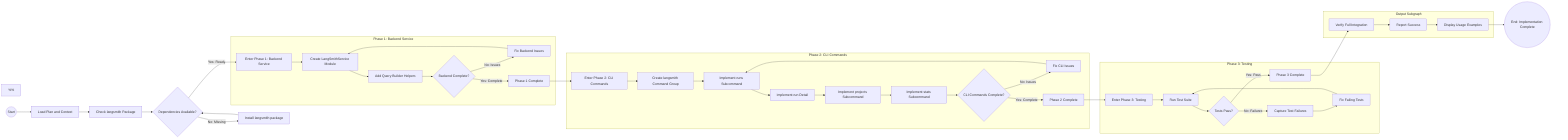
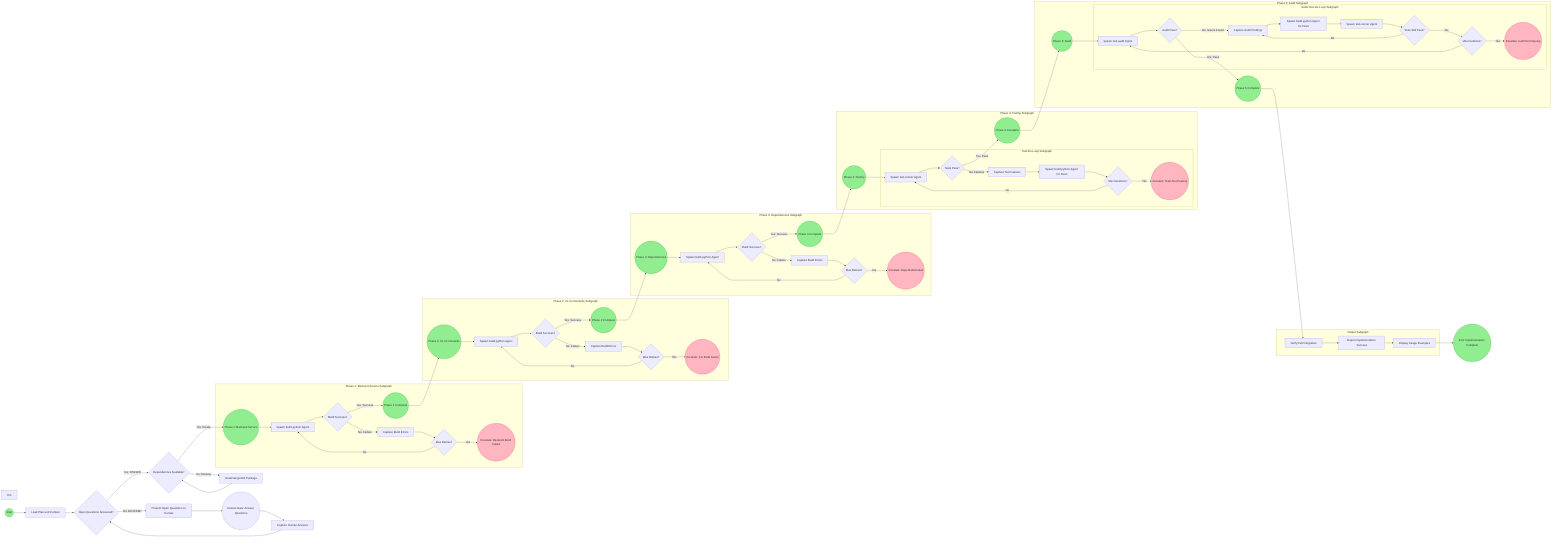
flowchart LR
    %% ========================================
    %% ORCHESTRATION: LangSmith API Wrapper
    %% ========================================
-     %% GOAL: Add LangSmith trace querying to AgenticCLI
+     %% GOAL: Add LangSmith trace querying capabilities to AgenticCLI
    %% PROFILE: Orchestration-Build
    %% PLAN_FOLDER: /home/code/AgenticEngineering-agenticlangsmith/docs/plans/live/260113_langsmith_api_wrapper/live
    %% PLAN_FILE: plan_live_build.yml
    %%
-     %% PHASES: Backend Service, CLI Commands, Testing
-     %% AGENT_ROUTING: Backend -> builder, CLI -> builder, Testing -> test-runner
-     %% STATUS: All phases pending
+     %% PHASES: Backend Service, CLI Commands, Dependencies, Testing, Audit
+     %% AGENT_ROUTING:
+     %%   - Backend Service -> build-python agent
+     %%   - CLI Commands -> build-python agent
+     %%   - Dependencies -> build-python agent
+     %%   - Testing -> test-runner agent (test-fix-loop)
+     %%   - Audit -> test-audit agent (audit-test-fix-loop)
+     %%
+     %% STATUS:
+     %%   - Phase 1: pending
+     %%   - Phase 2: pending
+     %%   - Phase 3: pending
+     %%   - Phase 4: pending
+     %%   - Phase 5: pending
    %%
    %% FEEDBACK_TRIGGERS:
-     %% - BUILD_FAILURE -> RetryBuild (max 3 retries)
-     %% - TEST_FAILURE -> FixAndRetest
+     %%   - BUILD_FAILURE -> RetryBuild (max 3 retries)
+     %%   - TEST_FAILURE -> FixAndRetest (test-fix-loop)
+     %%   - AUDIT_FAILURE -> FixAndReaudit (audit-test-fix-loop)
    %%
-     %% LOOP_DEFINITION: modules/AgenticGuidance/assets/definitions/agent-loops.yml#loop_types.test-fix-loop
+     %% LOOP_DEFINITIONS:
+     %%   - modules/AgenticGuidance/assets/definitions/agent-loops.yml#loop_types.test-fix-loop
+     %%   - modules/AgenticGuidance/assets/definitions/agent-loops.yml#loop_types.audit-test-fix-loop
    %% MAX_ITERATIONS: 5
    %% ESCALATION: If max iterations reached without success, stop and Ask User
    %%
    %% CONTEXT:
    %% Wrap LangSmith Python SDK in agentic-cli commands for agent trace introspection.
+     %% Implementation follows Domain -> Entrypoint architecture (service layer -> CLI commands).

    Start((Start)) --> LoadInputs[Load Plan and Context]

    %% ========================================
    %% INPUT VALIDATION PHASE
    %% ========================================
-     LoadInputs --> ValidateDeps[Check langsmith Package]
-     ValidateDeps --> DepsOK{Dependencies Available?}
-     DepsOK -- "No: Missing" --> InstallDeps[Install langsmith package]
-     InstallDeps --> DepsOK
-     DepsOK -- "Yes: Ready" --> Phase1[Enter Phase 1: Backend Service]
+     LoadInputs --> CheckOpenQuestions{Open Questions Answered?}
+     CheckOpenQuestions -- "No: BLOCKED" --> PresentQuestions[Present Open Questions to Human]
+     PresentQuestions --> AwaitAnswers((Human Gate: Answer Questions))
+     AwaitAnswers --> CaptureAnswers[Capture Human Answers]
+     CaptureAnswers --> CheckOpenQuestions
+     CheckOpenQuestions -- "Yes: PASSED" --> ValidateDeps{Dependencies Available?}
+     ValidateDeps -- "No: Missing" --> InstallDeps[Install langsmith Package]
+     InstallDeps --> ValidateDeps
+     ValidateDeps -- "Yes: Ready" --> Phase1Start((Phase 1: Backend Service))

    %% ========================================
    %% PHASE 1: BACKEND SERVICE
    %% ========================================
-     subgraph Phase1_SG ["Phase 1: Backend Service"]
-         Phase1 --> CreateService[Create LangSmithService Module]
-         CreateService --> AddQueryBuilders[Add Query Builder Helpers]
-         AddQueryBuilders --> BackendResult{Backend Complete?}
-         BackendResult -- "No: Issues" --> FixBackend[Fix Backend Issues]
-         FixBackend --> CreateService
-         BackendResult -- "Yes: Complete" --> Phase1Done[Phase 1 Complete]
+     %% Build service module: LangSmithService class and query builders
+     subgraph Phase1_SG ["Phase 1: Backend Service Subgraph"]
+         Phase1Start --> SpawnBuilderBackend[Spawn build-python Agent]
+         SpawnBuilderBackend --> BackendResult{Build Success?}
+         BackendResult -- "No: Failure" --> CaptureBackendError[Capture Build Errors]
+         CaptureBackendError --> RetryBackend{Max Retries?}
+         RetryBackend -- "No" --> SpawnBuilderBackend
+         RetryBackend -- "Yes" --> EscalateBackend((Escalate: Backend Build Failed))
+         BackendResult -- "Yes: Success" --> Phase1Complete((Phase 1 Complete))
    end

    %% ========================================
    %% PHASE 2: CLI COMMANDS
    %% ========================================
-     Phase1Done --> Phase2[Enter Phase 2: CLI Commands]
+     %% Build CLI command group and subcommands
+     Phase1Complete --> Phase2Start((Phase 2: CLI Commands))

-     subgraph Phase2_SG ["Phase 2: CLI Commands"]
-         Phase2 --> CreateCmdGroup[Create langsmith Command Group]
-         CreateCmdGroup --> ImplRuns[Implement runs Subcommand]
-         ImplRuns --> ImplRunDetail[Implement run Detail]
-         ImplRunDetail --> ImplProjects[Implement projects Subcommand]
-         ImplProjects --> ImplStats[Implement stats Subcommand]
-         ImplStats --> CLIResult{CLI Commands Complete?}
-         CLIResult -- "No: Issues" --> FixCLI[Fix CLI Issues]
-         FixCLI --> ImplRuns
-         CLIResult -- "Yes: Complete" --> Phase2Done[Phase 2 Complete]
+     subgraph Phase2_SG ["Phase 2: CLI Commands Subgraph"]
+         Phase2Start --> SpawnBuilderCLI[Spawn build-python Agent]
+         SpawnBuilderCLI --> CLIResult{Build Success?}
+         CLIResult -- "No: Failure" --> CaptureCLIError[Capture Build Errors]
+         CaptureCLIError --> RetryCLI{Max Retries?}
+         RetryCLI -- "No" --> SpawnBuilderCLI
+         RetryCLI -- "Yes" --> EscalateCLI((Escalate: CLI Build Failed))
+         CLIResult -- "Yes: Success" --> Phase2Complete((Phase 2 Complete))
    end

    %% ========================================
-     %% PHASE 3: TESTING
+     %% PHASE 3: DEPENDENCIES AND CONFIGURATION
    %% ========================================
-     Phase2Done --> Phase3[Enter Phase 3: Testing]
+     %% Add langsmith package to pyproject.toml
+     Phase2Complete --> Phase3Start((Phase 3: Dependencies))

-     subgraph Phase3_SG ["Phase 3: Testing"]
-         Phase3 --> SpawnTests[Run Test Suite]
-         SpawnTests --> TestResult{Tests Pass?}
-         TestResult -- "No: Failures" --> CaptureFails[Capture Test Failures]
-         CaptureFails --> FixTests[Fix Failing Tests]
-         FixTests --> SpawnTests
-         TestResult -- "Yes: Pass" --> Phase3Done[Phase 3 Complete]
+     subgraph Phase3_SG ["Phase 3: Dependencies Subgraph"]
+         Phase3Start --> SpawnBuilderDeps[Spawn build-python Agent]
+         SpawnBuilderDeps --> DepsResult{Build Success?}
+         DepsResult -- "No: Failure" --> CaptureDepsError[Capture Build Errors]
+         CaptureDepsError --> RetryDeps{Max Retries?}
+         RetryDeps -- "No" --> SpawnBuilderDeps
+         RetryDeps -- "Yes" --> EscalateDeps((Escalate: Deps Build Failed))
+         DepsResult -- "Yes: Success" --> Phase3Complete((Phase 3 Complete))
+     end
+ 
+     %% ========================================
+     %% PHASE 4: TESTING (test-fix-loop)
+     %% ========================================
+     %% LOOP_DEFINITION: modules/AgenticGuidance/assets/definitions/agent-loops.yml#loop_types.test-fix-loop
+     Phase3Complete --> Phase4Start((Phase 4: Testing))
+ 
+     subgraph Phase4_SG ["Phase 4: Testing Subgraph"]
+         Phase4Start --> SpawnTestRunner[Spawn test-runner Agent]
+ 
+         subgraph TestFixLoop_SG ["Test-Fix-Loop Subgraph"]
+             SpawnTestRunner --> TestResult{Tests Pass?}
+             TestResult -- "No: Failures" --> CaptureTestFailures[Capture Test Failures]
+             CaptureTestFailures --> SpawnBuilderFix[Spawn build-python Agent for Fixes]
+             SpawnBuilderFix --> CheckTestIterations{Max Iterations?}
+             CheckTestIterations -- "No" --> SpawnTestRunner
+             CheckTestIterations -- "Yes" --> EscalateTest((Escalate: Tests Not Passing))
+         end
+ 
+         TestResult -- "Yes: Pass" --> Phase4Complete((Phase 4 Complete))
+     end
+ 
+     %% ========================================
+     %% PHASE 5: AUDIT (audit-test-fix-loop) - MANDATORY
+     %% ========================================
+     %% LOOP_DEFINITION: modules/AgenticGuidance/assets/definitions/agent-loops.yml#loop_types.audit-test-fix-loop
+     Phase4Complete --> Phase5Start((Phase 5: Audit))
+ 
+     subgraph Phase5_SG ["Phase 5: Audit Subgraph"]
+         Phase5Start --> SpawnAuditAgent[Spawn test-audit Agent]
+ 
+         subgraph AuditTestFixLoop_SG ["Audit-Test-Fix-Loop Subgraph"]
+             SpawnAuditAgent --> AuditResult{Audit Pass?}
+             AuditResult -- "No: Issues Found" --> CaptureAuditFindings[Capture Audit Findings]
+             CaptureAuditFindings --> SpawnBuilderAuditFix[Spawn build-python Agent for Fixes]
+             SpawnBuilderAuditFix --> SpawnTestRunnerRecheck[Spawn test-runner Agent]
+             SpawnTestRunnerRecheck --> RecheckResult{Tests Still Pass?}
+             RecheckResult -- "No" --> CaptureAuditFindings
+             RecheckResult -- "Yes" --> CheckAuditIterations{Max Iterations?}
+             CheckAuditIterations -- "No" --> SpawnAuditAgent
+             CheckAuditIterations -- "Yes" --> EscalateAudit((Escalate: Audit Not Passing))
+         end
+ 
+         AuditResult -- "Yes: Pass" --> Phase5Complete((Phase 5 Complete))
    end

    %% ========================================
    %% OUTPUT PHASE
    %% ========================================
    subgraph Output_SG ["Output Subgraph"]
-         Phase3Done --> VerifyIntegration[Verify Full Integration]
-         VerifyIntegration --> ReportSuccess[Report Success]
+         Phase5Complete --> VerifyIntegration[Verify Full Integration]
+         VerifyIntegration --> ReportSuccess[Report Implementation Success]
        ReportSuccess --> ShowUsage[Display Usage Examples]
    end

    ShowUsage --> End((End: Implementation Complete))

    %% ========================================
    %% STYLING
    %% ========================================
-     classDef dashedstroke stroke-dasharray: 5 5;
+     classDef entrypoint fill:#90EE90,stroke:#228B22
+     classDef exitpoint fill:#FFB6C1,stroke:#DC143C
+     classDef escalation fill:#FFB6C1,stroke:#DC143C
+     classDef dashedstroke stroke-dasharray: 5 5
+ 
+     class Start,Phase1Start,Phase2Start,Phase3Start,Phase4Start,Phase5Start entrypoint
+     class End,Phase1Complete,Phase2Complete,Phase3Complete,Phase4Complete,Phase5Complete entrypoint
+     class EscalateBackend,EscalateCLI,EscalateDeps,EscalateTest,EscalateAudit escalation
